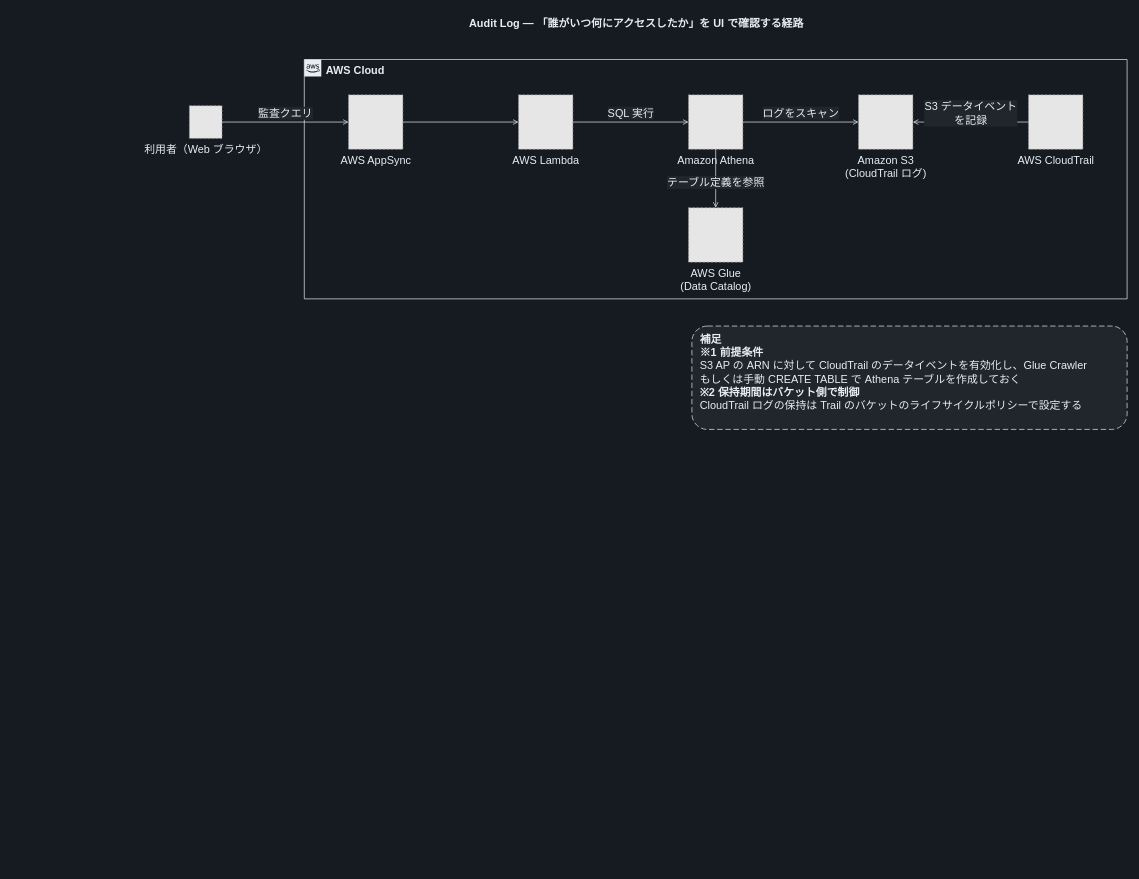
This is docs/diagrams/dark/part2-audit-log-pipeline.drawio from Yoshiki0705/FSx-for-ONTAP-S3AccessPoints-Serverless-Patterns, a draw.io file, before an edit. Source tidied: cells renumbered, new cells numbered last; positions are measured from the earlier drawing's top-left corner, leaving out a move shared by most shapes. Both pictures are drawn from the tidied source at 68%, with x=0, y=0 at pixel (144, 12). Pictures stored in the file or linked from it are replaced by grey dashed boxes.
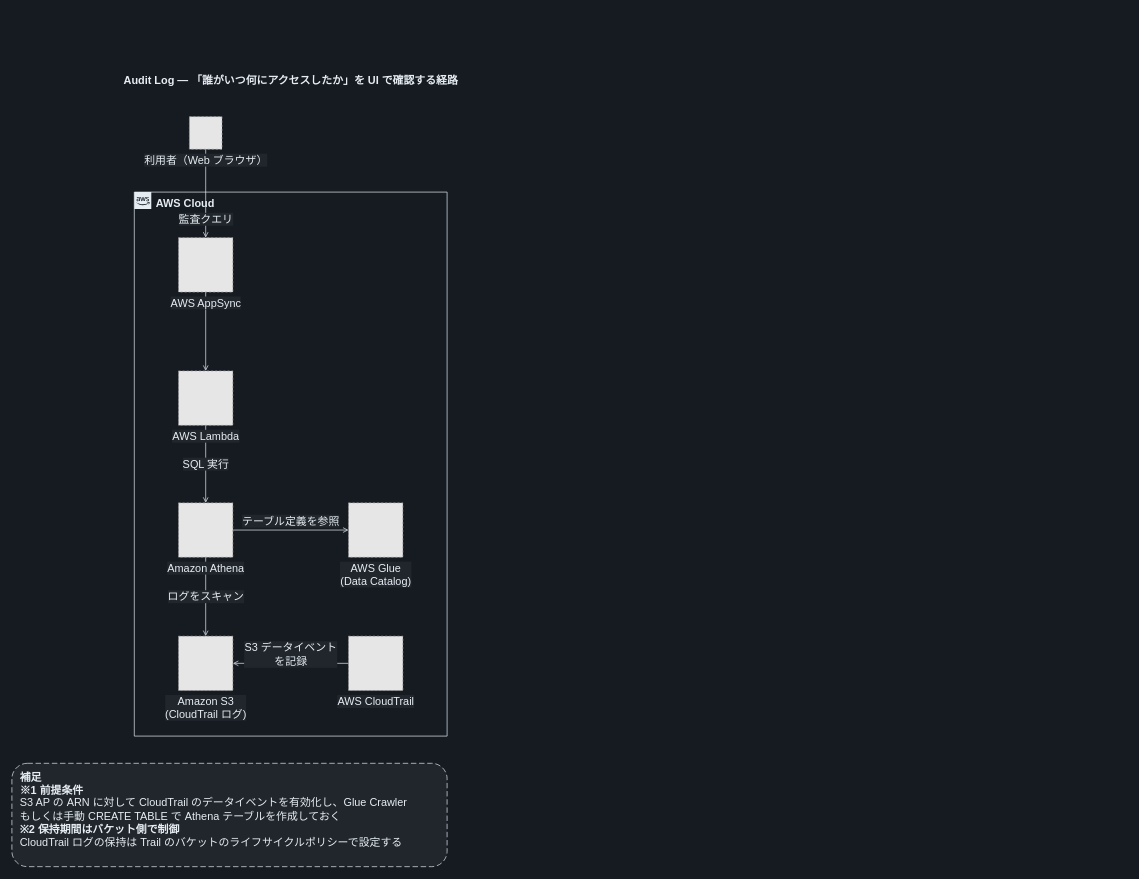
Above is the later version.

Change to the diagram source:
```diff
@@
     <mxCell id="2" value="Audit Log — 「誰がいつ何にアクセスしたか」を UI で確認する経路" style="text;html=1;align=center;verticalAlign=middle;fontSize=16;fontStyle=1;fontColor=#E6EDF3;" parent="1" vertex="1">
-      <mxGeometry width="1445" height="34" as="geometry" />
+      <mxGeometry x="-15" y="84" width="460" height="34" as="geometry" />
     </mxCell>
     <mxCell id="3" value="AWS Cloud" style="gradientColor=none;html=1;whiteSpace=wrap;fontSize=16;fontStyle=1;shape=mxgraph.aws4.group;grIcon=mxgraph.aws4.group_aws_cloud_alt;strokeColor=#E6EDF3;fillColor=none;verticalAlign=top;align=left;spacingLeft=30;fontColor=#E6EDF3;dashed=0;" parent="1" vertex="1">
-      <mxGeometry x="235" y="70" width="1210" height="352" as="geometry" />
+      <mxGeometry x="-15" y="265" width="460" height="800" as="geometry" />
     </mxCell>
+    <mxCell id="11" value="監査クエリ" style="edgeStyle=orthogonalEdgeStyle;rounded=0;jettySize=auto;html=1;endArrow=open;endFill=0;strokeColor=#E6EDF3;strokeWidth=1;fontSize=16;fontColor=#E6EDF3;labelBackgroundColor=#21262D;" parent="1" edge="1" source="4" target="5">
+      <mxGeometry relative="1" as="geometry">
+        <mxPoint y="38" as="offset" />
+      </mxGeometry>
+    </mxCell>
+    <mxCell id="12" style="edgeStyle=orthogonalEdgeStyle;rounded=0;jettySize=auto;html=1;endArrow=open;endFill=0;strokeColor=#E6EDF3;strokeWidth=1;fontSize=16;fontColor=#E6EDF3;labelBackgroundColor=#21262D;" parent="1" edge="1" source="5" target="6">
+      <mxGeometry relative="1" as="geometry" />
+    </mxCell>
+    <mxCell id="13" value="SQL 実行" style="edgeStyle=orthogonalEdgeStyle;rounded=0;jettySize=auto;html=1;endArrow=open;endFill=0;strokeColor=#E6EDF3;strokeWidth=1;fontSize=16;fontColor=#E6EDF3;labelBackgroundColor=#21262D;" parent="1" edge="1" source="6" target="7">
+      <mxGeometry relative="1" as="geometry" />
+    </mxCell>
+    <mxCell id="14" value="テーブル定義を参照" style="edgeStyle=orthogonalEdgeStyle;rounded=0;jettySize=auto;html=1;endArrow=open;endFill=0;strokeColor=#E6EDF3;strokeWidth=1;fontSize=16;fontColor=#E6EDF3;labelBackgroundColor=#21262D;" parent="1" edge="1" source="7" target="8">
+      <mxGeometry relative="1" as="geometry">
+        <mxPoint y="-13" as="offset" />
+      </mxGeometry>
+    </mxCell>
+    <mxCell id="15" value="ログをスキャン" style="edgeStyle=orthogonalEdgeStyle;rounded=0;jettySize=auto;html=1;endArrow=open;endFill=0;strokeColor=#E6EDF3;strokeWidth=1;fontSize=16;fontColor=#E6EDF3;labelBackgroundColor=#21262D;" parent="1" edge="1" source="7" target="9">
+      <mxGeometry relative="1" as="geometry" />
+    </mxCell>
+    <mxCell id="16" value="S3 データイベント&lt;br&gt;を記録" style="edgeStyle=orthogonalEdgeStyle;rounded=0;jettySize=auto;html=1;endArrow=open;endFill=0;strokeColor=#E6EDF3;strokeWidth=1;fontSize=16;fontColor=#E6EDF3;labelBackgroundColor=#21262D;" parent="1" edge="1" source="10" target="9">
+      <mxGeometry relative="1" as="geometry">
+        <mxPoint y="-13" as="offset" />
+      </mxGeometry>
+    </mxCell>
-    <mxCell id="4" value="利用者（Web ブラウザ）" style="fillColor=#E6E6E6;strokeColor=#999999;dashed=1;html=1;verticalLabelPosition=bottom;verticalAlign=top;labelPosition=center;align=center;fontSize=16;fontColor=#E6EDF3;" parent="1" vertex="1">
-      <mxGeometry x="66" y="138" width="48" height="48" as="geometry" />
+    <mxCell id="4" value="利用者（Web ブラウザ）" style="fillColor=#E6E6E6;strokeColor=#999999;dashed=1;html=1;verticalLabelPosition=bottom;verticalAlign=top;labelPosition=center;align=center;fontSize=16;fontColor=#E6EDF3;labelBackgroundColor=#21262D;" parent="1" vertex="1">
+      <mxGeometry x="66" y="154" width="48" height="48" as="geometry" />
     </mxCell>
-    <mxCell id="5" value="AWS AppSync" style="fillColor=#E6E6E6;strokeColor=#999999;dashed=1;html=1;verticalLabelPosition=bottom;verticalAlign=top;labelPosition=center;align=center;fontSize=16;fontColor=#E6EDF3;" parent="1" vertex="1">
-      <mxGeometry x="300" y="122" width="80" height="80" as="geometry" />
+    <mxCell id="5" value="AWS AppSync" style="fillColor=#E6E6E6;strokeColor=#999999;dashed=1;html=1;verticalLabelPosition=bottom;verticalAlign=top;labelPosition=center;align=center;fontSize=16;fontColor=#E6EDF3;labelBackgroundColor=#21262D;" parent="1" vertex="1">
+      <mxGeometry x="50" y="332" width="80" height="80" as="geometry" />
     </mxCell>
-    <mxCell id="6" value="AWS Lambda" style="fillColor=#E6E6E6;strokeColor=#999999;dashed=1;html=1;verticalLabelPosition=bottom;verticalAlign=top;labelPosition=center;align=center;fontSize=16;fontColor=#E6EDF3;" parent="1" vertex="1">
-      <mxGeometry x="550" y="122" width="80" height="80" as="geometry" />
+    <mxCell id="6" value="AWS Lambda" style="fillColor=#E6E6E6;strokeColor=#999999;dashed=1;html=1;verticalLabelPosition=bottom;verticalAlign=top;labelPosition=center;align=center;fontSize=16;fontColor=#E6EDF3;labelBackgroundColor=#21262D;" parent="1" vertex="1">
+      <mxGeometry x="50" y="528" width="80" height="80" as="geometry" />
     </mxCell>
-    <mxCell id="7" value="Amazon Athena" style="fillColor=#E6E6E6;strokeColor=#999999;dashed=1;html=1;verticalLabelPosition=bottom;verticalAlign=top;labelPosition=center;align=center;fontSize=16;fontColor=#E6EDF3;" parent="1" vertex="1">
-      <mxGeometry x="800" y="122" width="80" height="80" as="geometry" />
+    <mxCell id="7" value="Amazon Athena" style="fillColor=#E6E6E6;strokeColor=#999999;dashed=1;html=1;verticalLabelPosition=bottom;verticalAlign=top;labelPosition=center;align=center;fontSize=16;fontColor=#E6EDF3;labelBackgroundColor=#21262D;" parent="1" vertex="1">
+      <mxGeometry x="50" y="722" width="80" height="80" as="geometry" />
     </mxCell>
-    <mxCell id="8" value="AWS Glue&lt;br&gt;(Data Catalog)" style="fillColor=#E6E6E6;strokeColor=#999999;dashed=1;html=1;verticalLabelPosition=bottom;verticalAlign=top;labelPosition=center;align=center;fontSize=16;fontColor=#E6EDF3;" parent="1" vertex="1">
-      <mxGeometry x="800" y="288" width="80" height="80" as="geometry" />
+    <mxCell id="8" value="AWS Glue&lt;br&gt;(Data Catalog)" style="fillColor=#E6E6E6;strokeColor=#999999;dashed=1;html=1;verticalLabelPosition=bottom;verticalAlign=top;labelPosition=center;align=center;fontSize=16;fontColor=#E6EDF3;labelBackgroundColor=#21262D;" parent="1" vertex="1">
+      <mxGeometry x="300" y="722" width="80" height="80" as="geometry" />
     </mxCell>
-    <mxCell id="9" value="Amazon S3&lt;br&gt;(CloudTrail ログ)" style="fillColor=#E6E6E6;strokeColor=#999999;dashed=1;html=1;verticalLabelPosition=bottom;verticalAlign=top;labelPosition=center;align=center;fontSize=16;fontColor=#E6EDF3;" parent="1" vertex="1">
-      <mxGeometry x="1050" y="122" width="80" height="80" as="geometry" />
+    <mxCell id="9" value="Amazon S3&lt;br&gt;(CloudTrail ログ)" style="fillColor=#E6E6E6;strokeColor=#999999;dashed=1;html=1;verticalLabelPosition=bottom;verticalAlign=top;labelPosition=center;align=center;fontSize=16;fontColor=#E6EDF3;labelBackgroundColor=#21262D;" parent="1" vertex="1">
+      <mxGeometry x="50" y="918" width="80" height="80" as="geometry" />
     </mxCell>
-    <mxCell id="10" value="AWS CloudTrail" style="fillColor=#E6E6E6;strokeColor=#999999;dashed=1;html=1;verticalLabelPosition=bottom;verticalAlign=top;labelPosition=center;align=center;fontSize=16;fontColor=#E6EDF3;" parent="1" vertex="1">
-      <mxGeometry x="1300" y="122" width="80" height="80" as="geometry" />
+    <mxCell id="10" value="AWS CloudTrail" style="fillColor=#E6E6E6;strokeColor=#999999;dashed=1;html=1;verticalLabelPosition=bottom;verticalAlign=top;labelPosition=center;align=center;fontSize=16;fontColor=#E6EDF3;labelBackgroundColor=#21262D;" parent="1" vertex="1">
+      <mxGeometry x="300" y="918" width="80" height="80" as="geometry" />
     </mxCell>
-    <mxCell id="11" value="監査クエリ" style="edgeStyle=orthogonalEdgeStyle;rounded=0;jettySize=auto;html=1;endArrow=open;endFill=0;strokeColor=#E6EDF3;strokeWidth=1;fontSize=16;fontColor=#E6EDF3;labelBackgroundColor=#21262D;" parent="1" edge="1" source="4" target="5">
-      <mxGeometry relative="1" as="geometry">
-        <mxPoint y="-13" as="offset" />
-      </mxGeometry>
-    </mxCell>
-    <mxCell id="12" style="edgeStyle=orthogonalEdgeStyle;rounded=0;jettySize=auto;html=1;endArrow=open;endFill=0;strokeColor=#E6EDF3;strokeWidth=1;fontSize=16;fontColor=#E6EDF3;labelBackgroundColor=#21262D;" parent="1" edge="1" source="5" target="6">
-      <mxGeometry relative="1" as="geometry" />
-    </mxCell>
-    <mxCell id="13" value="SQL 実行" style="edgeStyle=orthogonalEdgeStyle;rounded=0;jettySize=auto;html=1;endArrow=open;endFill=0;strokeColor=#E6EDF3;strokeWidth=1;fontSize=16;fontColor=#E6EDF3;labelBackgroundColor=#21262D;" parent="1" edge="1" source="6" target="7">
-      <mxGeometry relative="1" as="geometry">
-        <mxPoint y="-13" as="offset" />
-      </mxGeometry>
-    </mxCell>
-    <mxCell id="14" value="テーブル定義を参照" style="edgeStyle=orthogonalEdgeStyle;rounded=0;jettySize=auto;html=1;endArrow=open;endFill=0;strokeColor=#E6EDF3;strokeWidth=1;fontSize=16;fontColor=#E6EDF3;labelBackgroundColor=#21262D;" parent="1" edge="1" source="7" target="8">
-      <mxGeometry relative="1" as="geometry">
-        <mxPoint y="6" as="offset" />
-      </mxGeometry>
-    </mxCell>
-    <mxCell id="15" value="ログをスキャン" style="edgeStyle=orthogonalEdgeStyle;rounded=0;jettySize=auto;html=1;endArrow=open;endFill=0;strokeColor=#E6EDF3;strokeWidth=1;fontSize=16;fontColor=#E6EDF3;labelBackgroundColor=#21262D;" parent="1" edge="1" source="7" target="9">
-      <mxGeometry relative="1" as="geometry">
-        <mxPoint y="-13" as="offset" />
-      </mxGeometry>
-    </mxCell>
-    <mxCell id="16" value="S3 データイベント&lt;br&gt;を記録" style="edgeStyle=orthogonalEdgeStyle;rounded=0;jettySize=auto;html=1;endArrow=open;endFill=0;strokeColor=#E6EDF3;strokeWidth=1;fontSize=16;fontColor=#E6EDF3;labelBackgroundColor=#21262D;" parent="1" edge="1" source="10" target="9">
-      <mxGeometry relative="1" as="geometry">
-        <mxPoint y="-13" as="offset" />
-      </mxGeometry>
-    </mxCell>
     <mxCell id="17" value="&lt;b&gt;補足&lt;/b&gt;&lt;br&gt;&lt;b&gt;※1 前提条件&lt;/b&gt;&lt;br&gt;S3 AP の ARN に対して CloudTrail のデータイベントを有効化し、Glue Crawler&lt;br&gt;もしくは手動 CREATE TABLE で Athena テーブルを作成しておく&lt;br&gt;&lt;b&gt;※2 保持期間はバケット側で制御&lt;/b&gt;&lt;br&gt;CloudTrail ログの保持は Trail のバケットのライフサイクルポリシーで設定する" style="rounded=1;whiteSpace=wrap;html=1;dashed=1;dashPattern=8 4;strokeColor=#E6EDF3;fillColor=#21262D;align=left;verticalAlign=top;spacingLeft=10;spacingTop=4;fontSize=16;fontColor=#E6EDF3;" parent="1" vertex="1">
-      <mxGeometry x="805" y="462" width="640" height="152" as="geometry" />
+      <mxGeometry x="-195" y="1105" width="640" height="152" as="geometry" />
     </mxCell>
```
